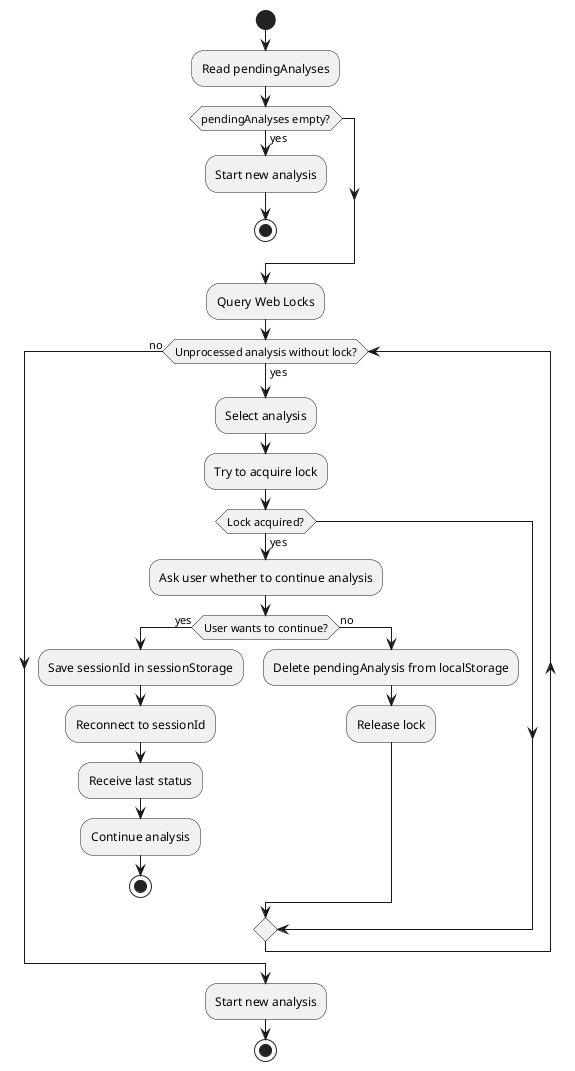
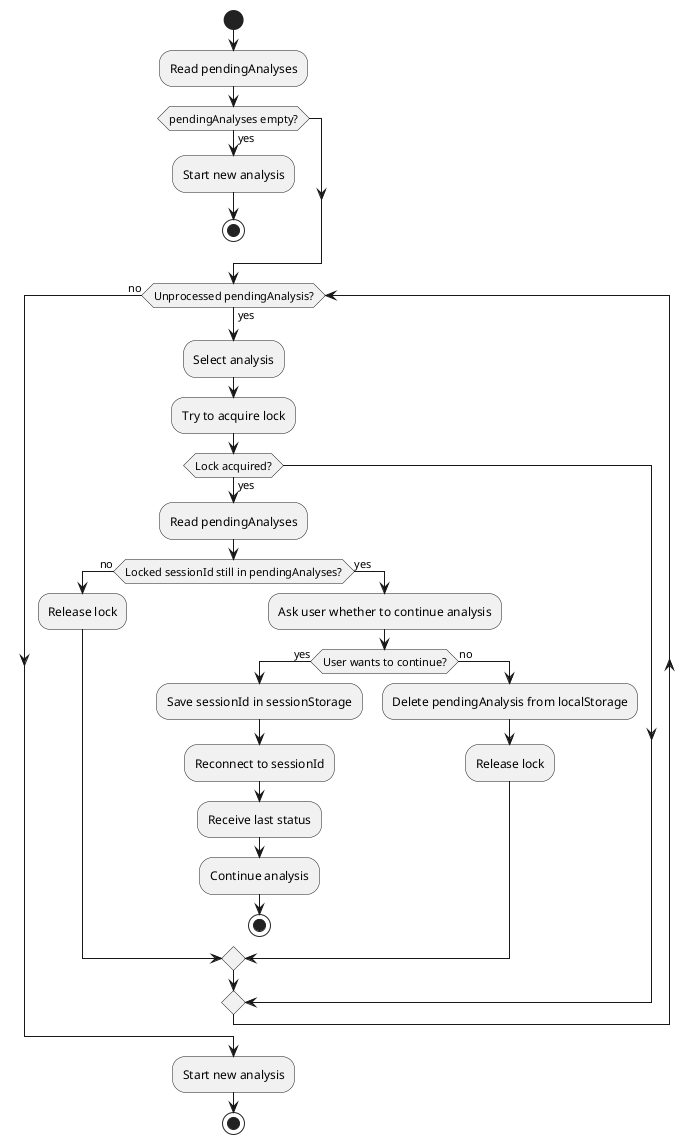
@startuml Try To Resume Analysis

start
:Read pendingAnalyses;

if (pendingAnalyses empty?) then (yes)
    :Start new analysis;
    stop
endif

- :Query Web Locks;
- 
- while (Unprocessed analysis without lock?) is (yes)
+ while (Unprocessed pendingAnalysis?) is (yes)
    :Select analysis;
    :Try to acquire lock;

    if (Lock acquired?) then (yes)
-         :Ask user whether to continue analysis;
+         :Read pendingAnalyses;

-         if (User wants to continue?) then (yes)
-             :Save sessionId in sessionStorage;
-             :Reconnect to sessionId;
-             :Receive last status;
-             :Continue analysis;
-             stop
-         else (no)
-             :Delete pendingAnalysis from localStorage;
+         if (Locked sessionId still in pendingAnalyses?) then (no)
            :Release lock;
+ 
+         else (yes)
+             :Ask user whether to continue analysis;
+ 
+             if (User wants to continue?) then (yes)
+                 :Save sessionId in sessionStorage;
+                 :Reconnect to sessionId;
+                 :Receive last status;
+                 :Continue analysis;
+                 stop
+ 
+             else (no)
+                 :Delete pendingAnalysis from localStorage;
+                 :Release lock;
+             endif
        endif
    endif
endwhile (no)

:Start new analysis;
stop

@enduml